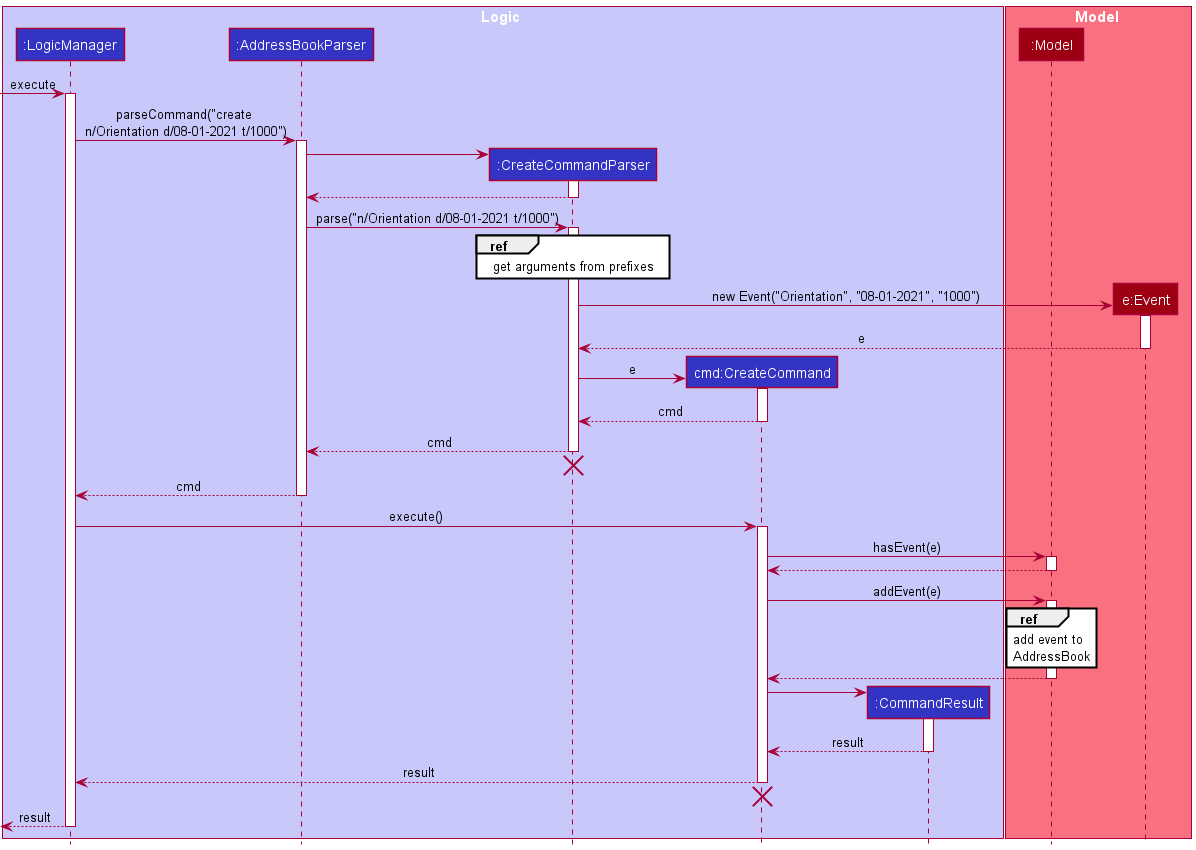
Before: docs/images/CreateSequenceDiagram.png, a diagram exported from PlantUML (wowsiddanth/tp).
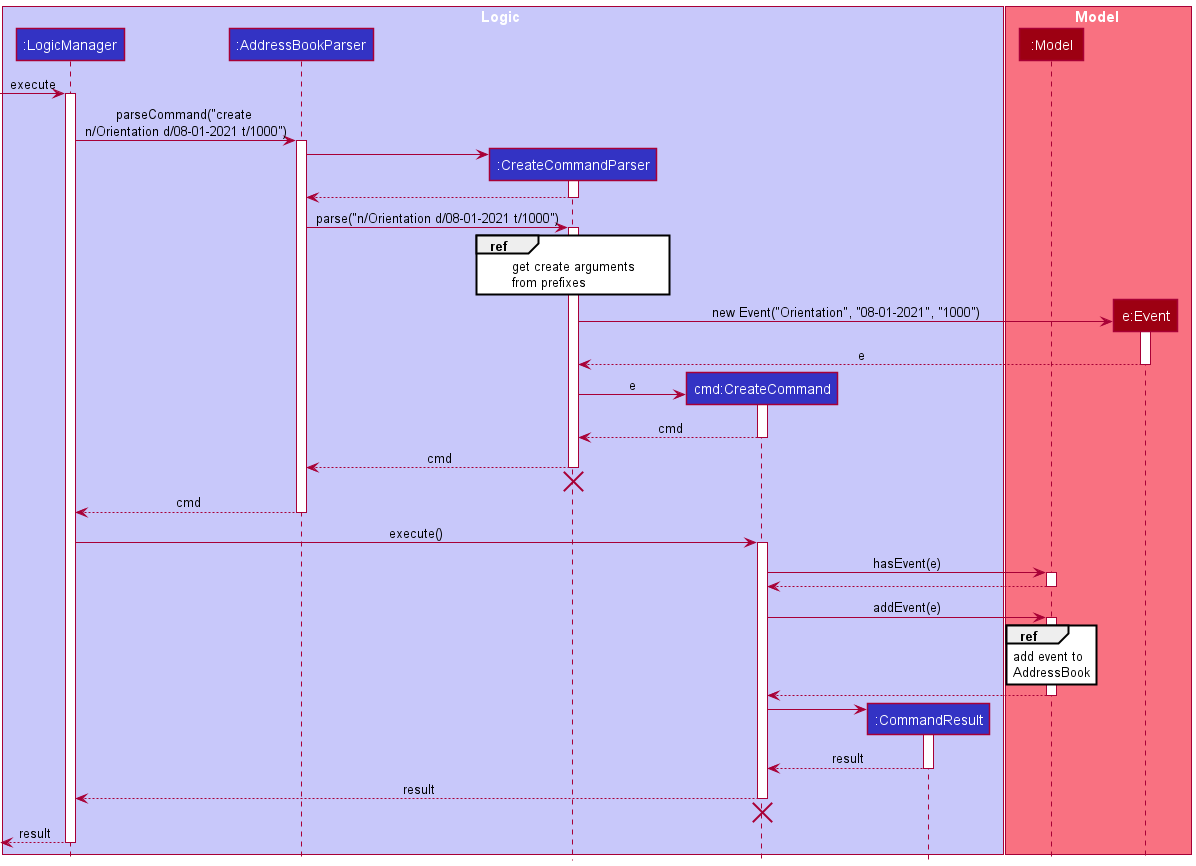
After the commit.

The edit, as a diff of the source:
```diff
@@ -31,7 +31,8 @@
 activate CreateCommandParser
 
 ref over CreateCommandParser
-get arguments from prefixes
+get create arguments
+from prefixes
 end ref
 
 create Event
```
